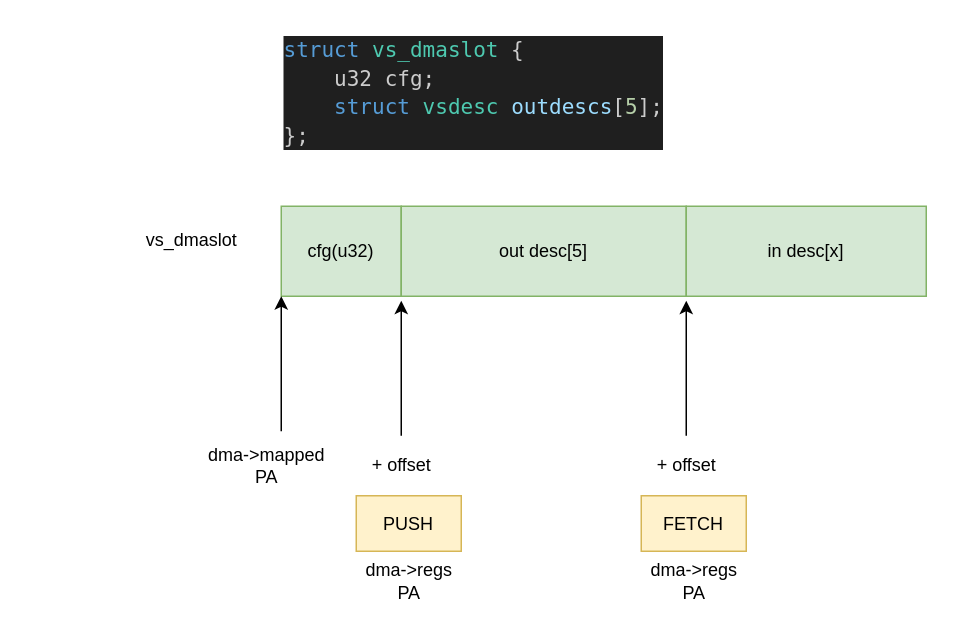
The draw.io diagram vcm26x.drawio in thomas-coding/drawio, before the edit. Source tidied: cells renumbered, new cells numbered last; positions are measured from the earlier drawing's top-left corner, leaving out a move shared by most shapes. Both pictures are drawn from the tidied source at 150%, with x=0, y=0 at pixel (130, 26).
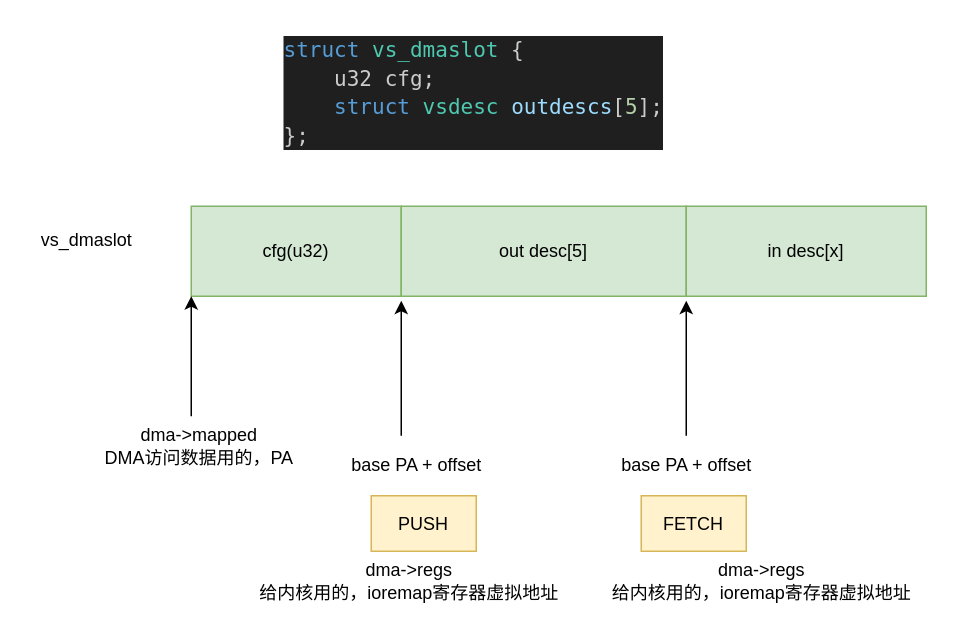
Above is the later version.

Diff of the diagram source:
```diff
@@
 <mxGraphModel>
   <root>
     <mxCell id="0" />
     <mxCell id="1" parent="0" />
     <mxCell id="2" value="cfg(u32)" style="rounded=0;whiteSpace=wrap;html=1;fillColor=#d5e8d4;strokeColor=#82b366;" parent="1" vertex="1">
-      <mxGeometry x="100" y="120" width="80" height="60" as="geometry" />
+      <mxGeometry x="40" y="120" width="140" height="60" as="geometry" />
     </mxCell>
     <mxCell id="3" value="out desc[5]" style="rounded=0;whiteSpace=wrap;html=1;fillColor=#d5e8d4;strokeColor=#82b366;" parent="1" vertex="1">
       <mxGeometry x="180" y="120" width="190" height="60" as="geometry" />
     </mxCell>
     <mxCell id="4" value="in desc[x]" style="rounded=0;whiteSpace=wrap;html=1;fillColor=#d5e8d4;strokeColor=#82b366;" parent="1" vertex="1">
       <mxGeometry x="370" y="120" width="160" height="60" as="geometry" />
     </mxCell>
     <mxCell id="5" value="&lt;div style=&quot;color: #cccccc;background-color: #1f1f1f;font-family: 'Droid Sans Mono', 'monospace', monospace;font-weight: normal;font-size: 14px;line-height: 19px;white-space: pre;&quot;&gt;&lt;div&gt;&lt;span style=&quot;color: #569cd6;&quot;&gt;struct&lt;/span&gt;&lt;span style=&quot;color: #cccccc;&quot;&gt; &lt;/span&gt;&lt;span style=&quot;color: #4ec9b0;&quot;&gt;vs_dmaslot&lt;/span&gt;&lt;span style=&quot;color: #cccccc;&quot;&gt; {&lt;/span&gt;&lt;/div&gt;&lt;div&gt;&lt;span style=&quot;color: #cccccc;&quot;&gt;    u32 cfg;&lt;/span&gt;&lt;/div&gt;&lt;div&gt;&lt;span style=&quot;color: #cccccc;&quot;&gt;    &lt;/span&gt;&lt;span style=&quot;color: #569cd6;&quot;&gt;struct&lt;/span&gt;&lt;span style=&quot;color: #cccccc;&quot;&gt; &lt;/span&gt;&lt;span style=&quot;color: #4ec9b0;&quot;&gt;vsdesc&lt;/span&gt;&lt;span style=&quot;color: #cccccc;&quot;&gt; &lt;/span&gt;&lt;span style=&quot;color: #9cdcfe;&quot;&gt;outdescs&lt;/span&gt;&lt;span style=&quot;color: #cccccc;&quot;&gt;[&lt;/span&gt;&lt;span style=&quot;color: #b5cea8;&quot;&gt;5&lt;/span&gt;&lt;span style=&quot;color: #cccccc;&quot;&gt;];&lt;/span&gt;&lt;/div&gt;&lt;div&gt;&lt;span style=&quot;color: #cccccc;&quot;&gt;};&lt;/span&gt;&lt;/div&gt;&lt;/div&gt;" style="text;whiteSpace=wrap;html=1;" parent="1" vertex="1">
       <mxGeometry x="100" width="290" height="100" as="geometry" />
     </mxCell>
     <mxCell id="6" value="vs_dmaslot" style="text;html=1;align=center;verticalAlign=middle;strokeColor=none;fillColor=none;" parent="1" vertex="1">
-      <mxGeometry y="128" width="80" height="30" as="geometry" />
+      <mxGeometry x="-70" y="128" width="80" height="30" as="geometry" />
     </mxCell>
     <mxCell id="7" style="endArrow=classic;html=1;rounded=0;entryX=0;entryY=1;entryDx=0;entryDy=0;" parent="1" edge="1" target="2">
       <mxGeometry relative="1" as="geometry">
-        <mxPoint x="100" y="270" as="sourcePoint" />
+        <mxPoint x="40" y="260" as="sourcePoint" />
       </mxGeometry>
     </mxCell>
-    <mxCell id="8" value="dma-&amp;gt;mapped&lt;div&gt;PA&lt;/div&gt;" style="text;html=1;align=center;verticalAlign=middle;strokeColor=none;fillColor=none;" parent="1" vertex="1">
-      <mxGeometry x="40" y="273" width="100" height="40" as="geometry" />
+    <mxCell id="8" value="dma-&amp;gt;mapped&lt;div&gt;DMA访问数据用的，PA&lt;/div&gt;" style="text;html=1;align=center;verticalAlign=middle;strokeColor=none;fillColor=none;" parent="1" vertex="1">
+      <mxGeometry x="-30" y="260" width="150" height="40" as="geometry" />
     </mxCell>
     <mxCell id="9" style="endArrow=classic;html=1;rounded=0;entryX=0;entryY=1;entryDx=0;entryDy=0;" parent="1" edge="1">
       <mxGeometry relative="1" as="geometry">
         <mxPoint x="180" y="273" as="sourcePoint" />
         <mxPoint x="180" y="183" as="targetPoint" />
       </mxGeometry>
     </mxCell>
     <mxCell id="10" style="endArrow=classic;html=1;rounded=0;entryX=0;entryY=1;entryDx=0;entryDy=0;" parent="1" edge="1">
       <mxGeometry relative="1" as="geometry">
         <mxPoint x="370" y="273" as="sourcePoint" />
         <mxPoint x="370" y="183" as="targetPoint" />
       </mxGeometry>
     </mxCell>
-    <mxCell id="11" value="+ offset" style="text;html=1;align=center;verticalAlign=middle;strokeColor=none;fillColor=none;" parent="1" vertex="1">
-      <mxGeometry x="150" y="278" width="60" height="30" as="geometry" />
+    <mxCell id="11" value="base PA + offset" style="text;html=1;align=center;verticalAlign=middle;strokeColor=none;fillColor=none;" parent="1" vertex="1">
+      <mxGeometry x="135" y="278" width="110" height="30" as="geometry" />
     </mxCell>
-    <mxCell id="12" value="+ offset" style="text;html=1;align=center;verticalAlign=middle;strokeColor=none;fillColor=none;" parent="1" vertex="1">
-      <mxGeometry x="340" y="278" width="60" height="30" as="geometry" />
+    <mxCell id="12" value="base PA + offset" style="text;html=1;align=center;verticalAlign=middle;strokeColor=none;fillColor=none;" parent="1" vertex="1">
+      <mxGeometry x="315" y="278" width="110" height="30" as="geometry" />
     </mxCell>
     <mxCell id="13" value="PUSH" style="rounded=0;whiteSpace=wrap;html=1;fillColor=#fff2cc;strokeColor=#d6b656;" parent="1" vertex="1">
-      <mxGeometry x="150" y="313" width="70" height="37" as="geometry" />
+      <mxGeometry x="160" y="313" width="70" height="37" as="geometry" />
     </mxCell>
     <mxCell id="14" value="FETCH" style="rounded=0;whiteSpace=wrap;html=1;fillColor=#fff2cc;strokeColor=#d6b656;" parent="1" vertex="1">
       <mxGeometry x="340" y="313" width="70" height="37" as="geometry" />
     </mxCell>
-    <mxCell id="15" value="dma-&amp;gt;regs&lt;div&gt;PA&lt;/div&gt;" style="text;html=1;align=center;verticalAlign=middle;strokeColor=none;fillColor=none;" parent="1" vertex="1">
-      <mxGeometry x="145" y="350" width="80" height="40" as="geometry" />
+    <mxCell id="15" value="dma-&amp;gt;regs&lt;div&gt;给内核用的，ioremap寄存器虚拟地址&lt;/div&gt;" style="text;html=1;align=center;verticalAlign=middle;strokeColor=none;fillColor=none;" parent="1" vertex="1">
+      <mxGeometry x="75" y="350" width="220" height="40" as="geometry" />
     </mxCell>
-    <mxCell id="16" value="dma-&amp;gt;regs&lt;div&gt;PA&lt;/div&gt;" style="text;html=1;align=center;verticalAlign=middle;strokeColor=none;fillColor=none;" parent="1" vertex="1">
-      <mxGeometry x="335" y="350" width="80" height="40" as="geometry" />
-    </mxCell>
+    <mxCell id="17" value="dma-&amp;gt;regs&lt;div&gt;给内核用的，ioremap寄存器虚拟地址&lt;/div&gt;" style="text;html=1;align=center;verticalAlign=middle;strokeColor=none;fillColor=none;" parent="1" vertex="1">
+      <mxGeometry x="310" y="350" width="220" height="40" as="geometry" />
+    </mxCell>
   </root>
 </mxGraphModel>
```
